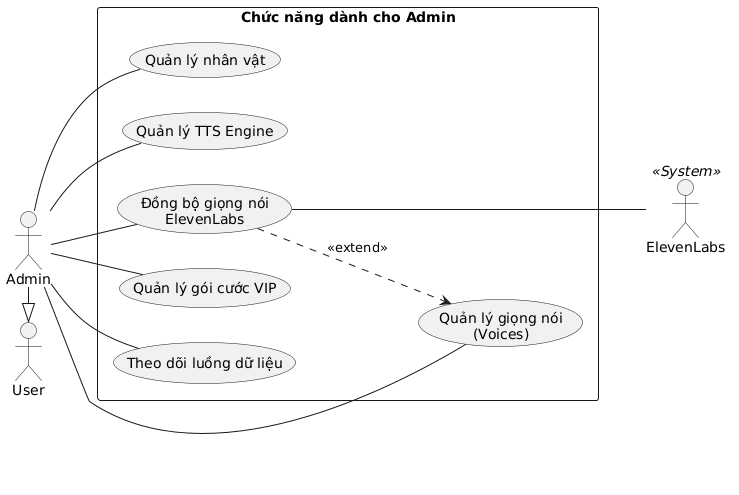
20206205Tech/docs-uml keeps this PlantUML diagram as temp/01-UseCase/UML-UseCase-Admin.png. Above is the earlier version.
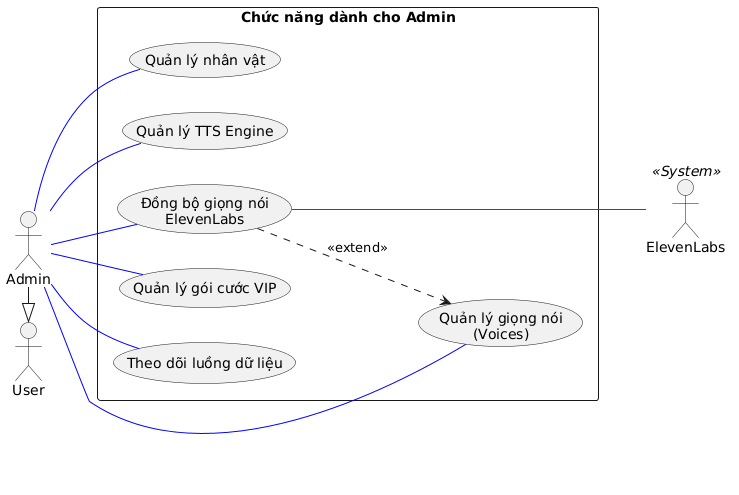
After the change.

The edit, as a diff of the source:
```diff
@@ -20,12 +20,12 @@
   UC_SyncElevenLabs ..> UC_ManageVoice : <<extend>>
 }
 
-Admin -- UC_ManagePersona
-Admin -- UC_ManageTtsEngine
-Admin -- UC_ManageVoice
-Admin -- UC_SyncElevenLabs
-Admin -- UC_ManagePlans
-Admin -- UC_PipelineReport
+Admin -- UC_ManagePersona #blue
+Admin -- UC_ManageTtsEngine #blue
+Admin -- UC_ManageVoice #blue
+Admin -- UC_SyncElevenLabs #blue
+Admin -- UC_ManagePlans #blue
+Admin -- UC_PipelineReport #blue
 
-UC_SyncElevenLabs --- ElevenLabs
+UC_SyncElevenLabs --- ElevenLabs #green
 @enduml
```
